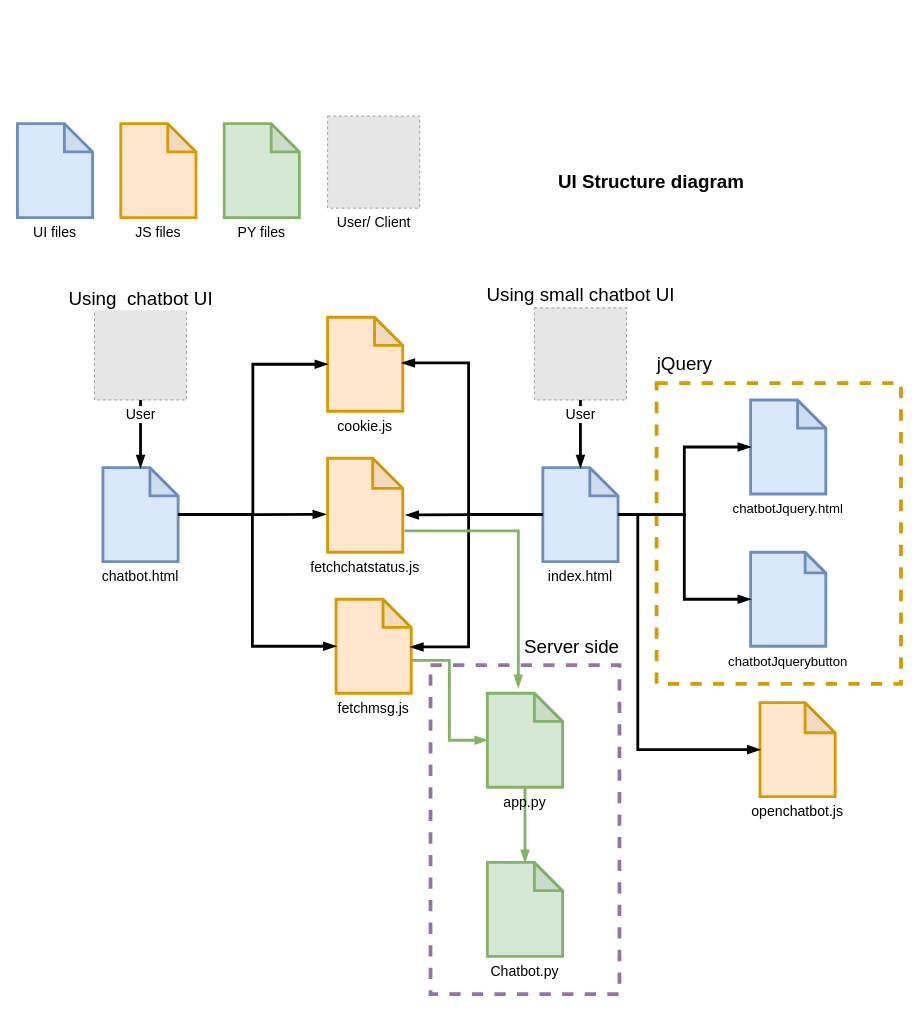
Before: design docs/structure digrams/UI Structure diagram.drawio in LilieStead/ElevateChatBot, a draw.io diagram. Source tidied: cells renumbered, new cells numbered last; positions are measured from the earlier drawing's top-left corner, leaving out a move shared by most shapes. Both pictures are drawn from the tidied source at 94%, with x=0, y=0 at pixel (17, 116). Pictures stored in the file or linked from it are replaced by grey dashed boxes.
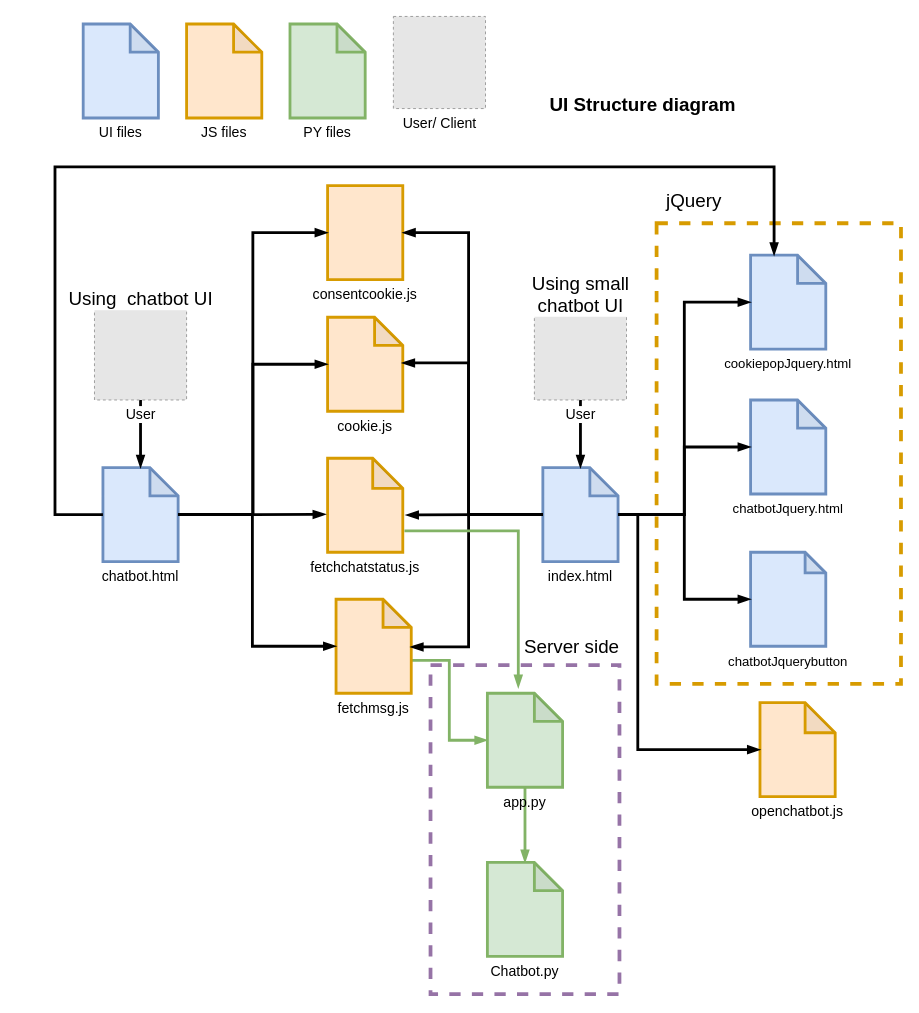
After the change.

Unchanged cells that the change refers to:
```xml
<mxCell id="3" value="&lt;font style=&quot;font-size: 15px;&quot;&gt;chatbot.html&lt;/font&gt;" style="shape=note;whiteSpace=wrap;html=1;backgroundOutline=1;darkOpacity=0.05;fillColor=#dae8fc;strokeColor=#6c8ebf;strokeWidth=3;align=center;labelPosition=center;verticalLabelPosition=bottom;verticalAlign=top;" parent="1" vertex="1">
  <mxGeometry x="91" y="374" width="80" height="100" as="geometry" />
</mxCell>
<mxCell id="17" value="&lt;span style=&quot;font-size: 15px;&quot;&gt;index.html&lt;/span&gt;" style="shape=note;whiteSpace=wrap;html=1;backgroundOutline=1;darkOpacity=0.05;fillColor=#dae8fc;strokeColor=#6c8ebf;strokeWidth=3;align=center;labelPosition=center;verticalLabelPosition=bottom;verticalAlign=top;" parent="1" vertex="1">
  <mxGeometry x="559" y="374" width="80" height="100" as="geometry" />
</mxCell>
```

What changed in the source:
```diff
@@
     <mxCell id="2" style="rounded=0;whiteSpace=wrap;html=1;fontFamily=Helvetica;fontSize=11;labelBackgroundColor=default;fillColor=none;dashed=1;strokeWidth=4;strokeColor=#d79b00;" parent="1" vertex="1">
-      <mxGeometry x="680" y="284" width="260" height="320" as="geometry" />
+      <mxGeometry x="680" y="114" width="260" height="490" as="geometry" />
     </mxCell>
@@
     <mxCell id="4" value="&lt;font style=&quot;font-size: 15px;&quot;&gt;UI files&lt;/font&gt;" style="shape=note;whiteSpace=wrap;html=1;backgroundOutline=1;darkOpacity=0.05;fillColor=#dae8fc;strokeColor=#6c8ebf;strokeWidth=3;align=center;labelPosition=center;verticalLabelPosition=bottom;verticalAlign=top;" parent="1" vertex="1">
-      <mxGeometry y="8" width="80" height="100" as="geometry" />
+      <mxGeometry x="70" y="-98" width="80" height="100" as="geometry" />
     </mxCell>
     <mxCell id="5" value="&lt;font style=&quot;font-size: 15px;&quot;&gt;JS files&lt;/font&gt;" style="shape=note;whiteSpace=wrap;html=1;backgroundOutline=1;darkOpacity=0.05;fillColor=#ffe6cc;strokeColor=#d79b00;strokeWidth=3;align=center;labelPosition=center;verticalLabelPosition=bottom;verticalAlign=top;" parent="1" vertex="1">
-      <mxGeometry x="110" y="8" width="80" height="100" as="geometry" />
+      <mxGeometry x="180" y="-98" width="80" height="100" as="geometry" />
     </mxCell>
     <mxCell id="6" value="&lt;span style=&quot;font-size: 15px;&quot;&gt;PY files&lt;/span&gt;" style="shape=note;whiteSpace=wrap;html=1;backgroundOutline=1;darkOpacity=0.05;fillColor=#d5e8d4;strokeColor=#82b366;strokeWidth=3;align=center;labelPosition=center;verticalLabelPosition=bottom;verticalAlign=top;" parent="1" vertex="1">
-      <mxGeometry x="220" y="8" width="80" height="100" as="geometry" />
+      <mxGeometry x="290" y="-98" width="80" height="100" as="geometry" />
     </mxCell>
@@
     <mxCell id="8" value="&lt;font style=&quot;font-size: 15px;&quot;&gt;User/ Client&lt;/font&gt;" style="fillColor=#E6E6E6;strokeColor=#999999;dashed=1;html=1;verticalAlign=top;verticalLabelPosition=bottom;labelBackgroundColor=#ffffff;" parent="1" vertex="1">
-      <mxGeometry x="330" width="98" height="98" as="geometry" />
+      <mxGeometry x="400" y="-106" width="98" height="98" as="geometry" />
     </mxCell>
@@
     <mxCell id="31" value="&lt;font style=&quot;font-size: 20px;&quot;&gt;jQuery&lt;/font&gt;" style="text;html=1;align=center;verticalAlign=middle;whiteSpace=wrap;rounded=0;fontFamily=Helvetica;fontSize=11;fontColor=default;labelBackgroundColor=default;" parent="1" vertex="1">
-      <mxGeometry x="680" y="248" width="60" height="30" as="geometry" />
+      <mxGeometry x="690" y="74" width="60" height="30" as="geometry" />
     </mxCell>
@@
-    <mxCell id="36" value="&lt;span style=&quot;font-size: 20px;&quot;&gt;Using small chatbot UI&lt;/span&gt;" style="text;html=1;align=center;verticalAlign=middle;whiteSpace=wrap;rounded=0;fontFamily=Helvetica;fontSize=11;fontColor=default;labelBackgroundColor=default;" parent="1" vertex="1">
+    <mxCell id="36" value="&lt;span style=&quot;font-size: 20px;&quot;&gt;Using small &lt;br&gt;chatbot UI&lt;/span&gt;" style="text;html=1;align=center;verticalAlign=middle;whiteSpace=wrap;rounded=0;fontFamily=Helvetica;fontSize=11;fontColor=default;labelBackgroundColor=default;" parent="1" vertex="1">
       <mxGeometry x="483.5" y="174" width="231" height="30" as="geometry" />
     </mxCell>
@@
     <mxCell id="38" value="&lt;span style=&quot;font-size: 20px;&quot;&gt;&lt;b&gt;UI Structure diagram&lt;/b&gt;&lt;/span&gt;" style="text;html=1;align=center;verticalAlign=middle;whiteSpace=wrap;rounded=0;fontFamily=Helvetica;fontSize=11;fontColor=default;labelBackgroundColor=default;" parent="1" vertex="1">
-      <mxGeometry x="559" y="54" width="231" height="30" as="geometry" />
+      <mxGeometry x="550" y="-28" width="231" height="30" as="geometry" />
     </mxCell>
+    <mxCell id="39" value="&lt;span style=&quot;font-size: 15px;&quot;&gt;consentcookie.js&lt;/span&gt;" style="shape=note;whiteSpace=wrap;html=1;backgroundOutline=1;darkOpacity=0.05;fillColor=#ffe6cc;strokeColor=#d79b00;strokeWidth=3;align=center;labelPosition=center;verticalLabelPosition=bottom;verticalAlign=top;size=0;" parent="1" vertex="1">
+      <mxGeometry x="330" y="74" width="80" height="100" as="geometry" />
+    </mxCell>
+    <mxCell id="40" style="edgeStyle=orthogonalEdgeStyle;rounded=0;jettySize=auto;html=1;entryX=0;entryY=0;entryDx=80;entryDy=50;entryPerimeter=0;strokeColor=default;strokeWidth=3;align=center;verticalAlign=middle;fontFamily=Helvetica;fontSize=11;fontColor=default;labelBackgroundColor=default;endArrow=blockThin;endFill=1;" parent="1" edge="1" source="17" target="39">
+      <mxGeometry relative="1" as="geometry">
+        <Array as="points">
+          <mxPoint x="480" y="424" />
+          <mxPoint x="480" y="124" />
+        </Array>
+      </mxGeometry>
+    </mxCell>
+    <mxCell id="41" style="edgeStyle=orthogonalEdgeStyle;rounded=0;jettySize=auto;html=1;entryX=0;entryY=0.5;entryDx=0;entryDy=0;entryPerimeter=0;strokeColor=default;strokeWidth=3;align=center;verticalAlign=middle;fontFamily=Helvetica;fontSize=11;fontColor=default;labelBackgroundColor=default;endArrow=blockThin;endFill=1;" parent="1" edge="1" source="3" target="39">
+      <mxGeometry relative="1" as="geometry" />
+    </mxCell>
+    <mxCell id="42" value="&lt;div style=&quot;line-height: 19px;&quot;&gt;&lt;span style=&quot;font-size: 14px; white-space: pre;&quot;&gt;cookiepopJquery.html&lt;/span&gt;&lt;br&gt;&lt;/div&gt;" style="shape=note;whiteSpace=wrap;html=1;backgroundOutline=1;darkOpacity=0.05;fillColor=#dae8fc;strokeColor=#6c8ebf;strokeWidth=3;align=center;labelPosition=center;verticalLabelPosition=bottom;verticalAlign=top;" parent="1" vertex="1">
+      <mxGeometry x="780" y="148" width="80" height="100" as="geometry" />
+    </mxCell>
+    <mxCell id="43" style="edgeStyle=orthogonalEdgeStyle;rounded=0;jettySize=auto;html=1;entryX=0;entryY=0.5;entryDx=0;entryDy=0;entryPerimeter=0;strokeColor=default;strokeWidth=3;align=center;verticalAlign=middle;fontFamily=Helvetica;fontSize=11;fontColor=default;labelBackgroundColor=default;endArrow=blockThin;endFill=1;" parent="1" edge="1" source="17" target="42">
+      <mxGeometry relative="1" as="geometry" />
+    </mxCell>
+    <mxCell id="44" style="edgeStyle=orthogonalEdgeStyle;rounded=0;jettySize=auto;html=1;entryX=0;entryY=0;entryDx=25;entryDy=0;entryPerimeter=0;strokeColor=default;strokeWidth=3;align=center;verticalAlign=middle;fontFamily=Helvetica;fontSize=11;fontColor=default;labelBackgroundColor=default;endArrow=blockThin;endFill=1;" parent="1" edge="1" source="3" target="42">
+      <mxGeometry relative="1" as="geometry">
+        <Array as="points">
+          <mxPoint x="40" y="424" />
+          <mxPoint x="40" y="54" />
+          <mxPoint x="805" y="54" />
+        </Array>
+      </mxGeometry>
+    </mxCell>
```
